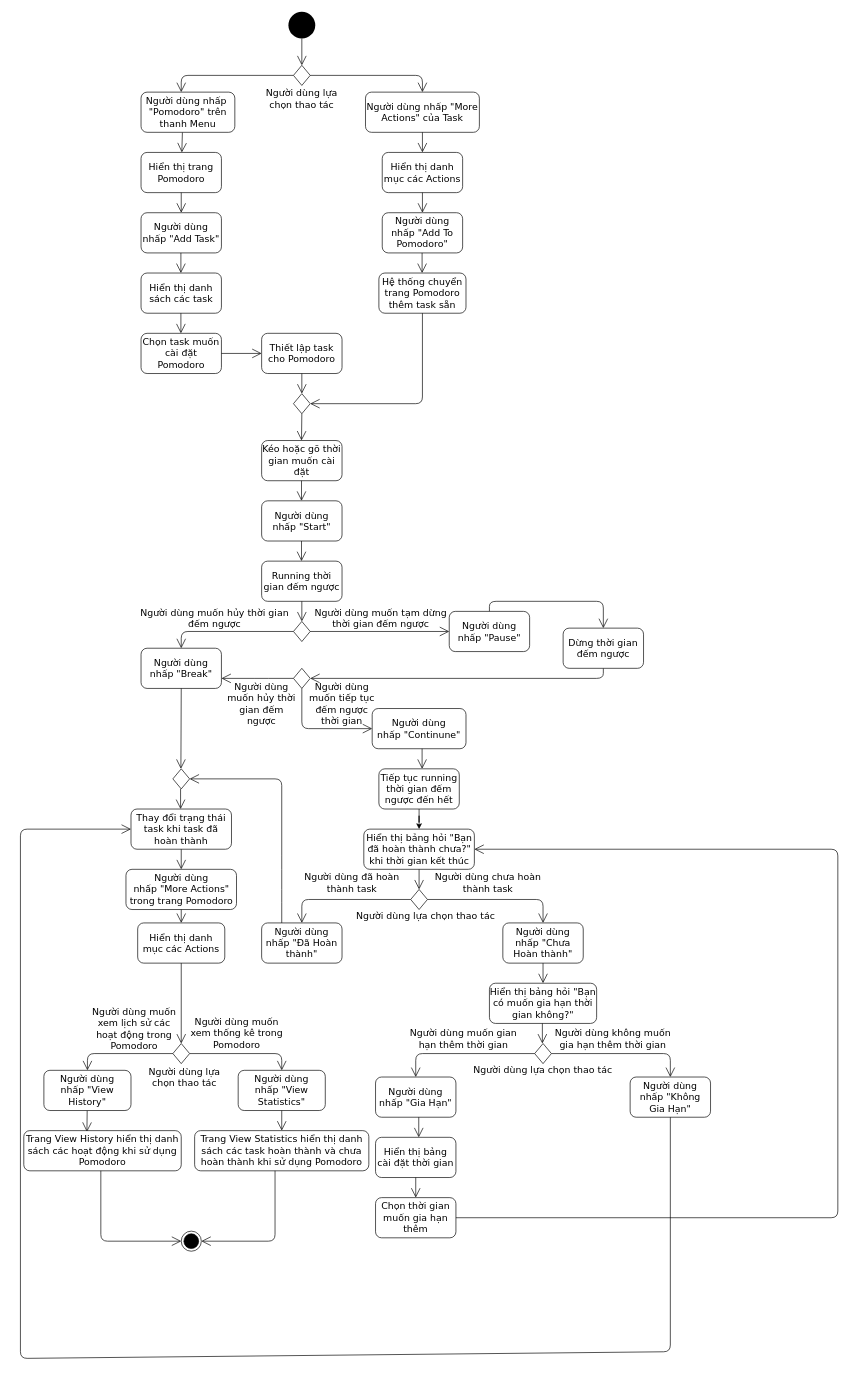
Above: ToDoApp-Doc/Document/Diagram/Activity Diagram/Pomodoro/Pomodoro_ActivityDiagram.drawio in Merevoli-DatLuu/To-Do-App (draw.io), before the change. Source tidied: cells renumbered, new cells numbered last; positions are measured from the earlier drawing's top-left corner, leaving out a move shared by most shapes. Both pictures are drawn from the tidied source at 67%, with x=0, y=0 at pixel (20, 11).
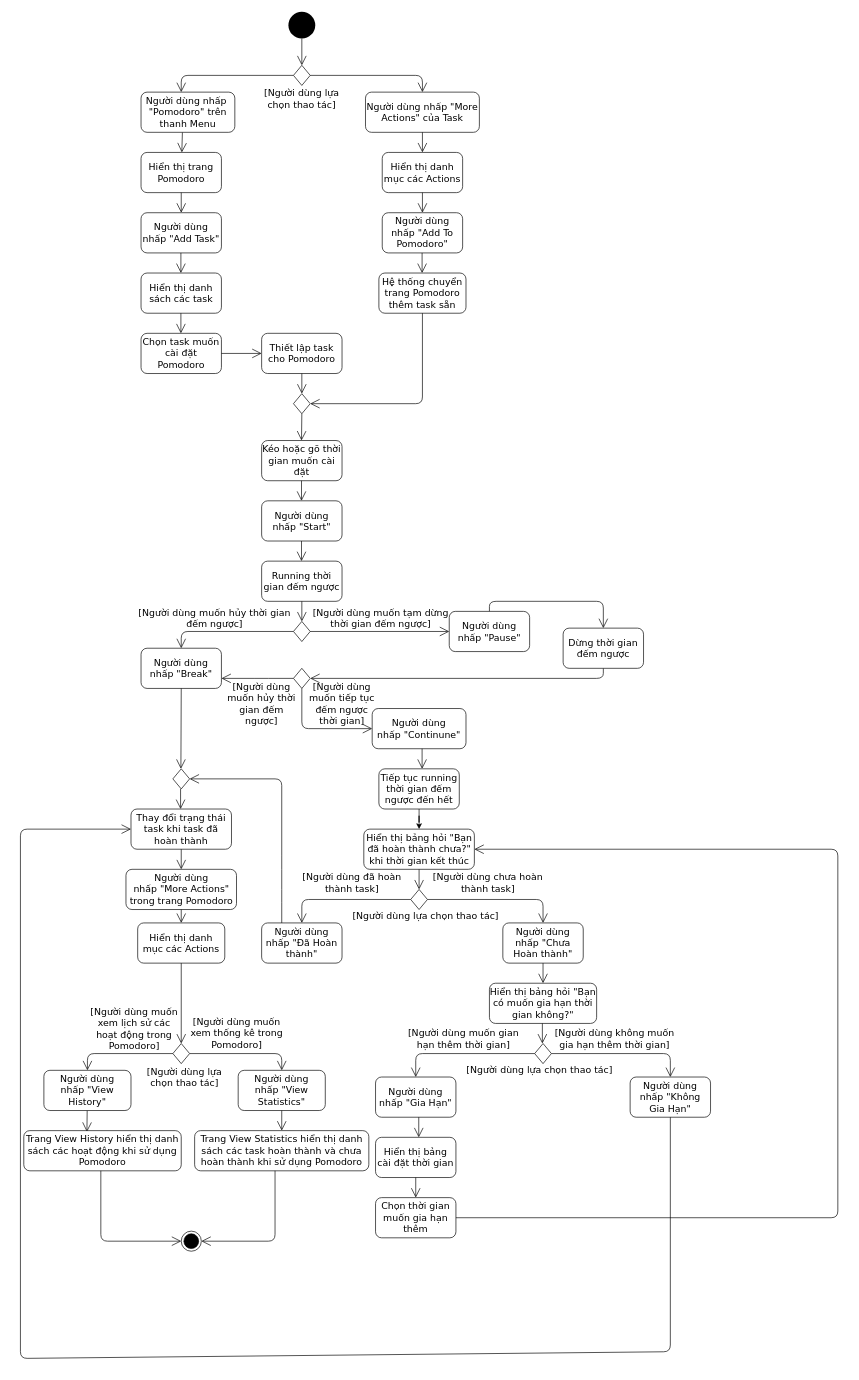
Above is the later version.

The edit, as a diff of the source:
```diff
@@
-    <mxCell id="97" value="Người dùng lựa chọn thao tác" style="text;html=1;strokeColor=none;fillColor=none;align=center;verticalAlign=middle;whiteSpace=wrap;rounded=0;fontFamily=Verdana;fontSize=14;" parent="1" vertex="1">
+    <mxCell id="97" value="[Người dùng lựa chọn thao tác]" style="text;html=1;strokeColor=none;fillColor=none;align=center;verticalAlign=middle;whiteSpace=wrap;rounded=0;fontFamily=Verdana;fontSize=14;" parent="1" vertex="1">
       <mxGeometry x="350" y="120" width="140" height="20" as="geometry" />
     </mxCell>
@@
-    <mxCell id="99" value="Người dùng muốn hủy thời gian đếm ngược" style="text;html=1;strokeColor=none;fillColor=none;align=center;verticalAlign=middle;whiteSpace=wrap;rounded=0;fontFamily=Verdana;fontSize=14;" parent="1" vertex="1">
+    <mxCell id="99" value="[Người dùng muốn hủy thời gian đếm ngược]" style="text;html=1;strokeColor=none;fillColor=none;align=center;verticalAlign=middle;whiteSpace=wrap;rounded=0;fontFamily=Verdana;fontSize=14;" parent="1" vertex="1">
       <mxGeometry x="175" y="890" width="230" height="30" as="geometry" />
     </mxCell>
-    <mxCell id="100" value="Người dùng muốn tạm dừng thời gian đếm ngược" style="text;html=1;strokeColor=none;fillColor=none;align=center;verticalAlign=middle;whiteSpace=wrap;rounded=0;fontFamily=Verdana;fontSize=14;" parent="1" vertex="1">
+    <mxCell id="100" value="[Người dùng muốn tạm dừng thời gian đếm ngược]" style="text;html=1;strokeColor=none;fillColor=none;align=center;verticalAlign=middle;whiteSpace=wrap;rounded=0;fontFamily=Verdana;fontSize=14;" parent="1" vertex="1">
       <mxGeometry x="432.5" y="885" width="210" height="40" as="geometry" />
     </mxCell>
-    <mxCell id="101" value="Người dùng muốn hủy thời gian đếm ngược" style="text;html=1;strokeColor=none;fillColor=none;align=center;verticalAlign=middle;whiteSpace=wrap;rounded=0;fontFamily=Verdana;fontSize=14;" parent="1" vertex="1">
+    <mxCell id="101" value="[Người dùng muốn hủy thời gian đếm ngược]" style="text;html=1;strokeColor=none;fillColor=none;align=center;verticalAlign=middle;whiteSpace=wrap;rounded=0;fontFamily=Verdana;fontSize=14;" parent="1" vertex="1">
       <mxGeometry x="305" y="995" width="110" height="75" as="geometry" />
     </mxCell>
-    <mxCell id="102" value="Người dùng muốn tiếp tục đếm ngược thời gian" style="text;html=1;strokeColor=none;fillColor=none;align=center;verticalAlign=middle;whiteSpace=wrap;rounded=0;fontFamily=Verdana;fontSize=14;" parent="1" vertex="1">
+    <mxCell id="102" value="[Người dùng muốn tiếp tục đếm ngược thời gian]" style="text;html=1;strokeColor=none;fillColor=none;align=center;verticalAlign=middle;whiteSpace=wrap;rounded=0;fontFamily=Verdana;fontSize=14;" parent="1" vertex="1">
       <mxGeometry x="425" y="995" width="110" height="75" as="geometry" />
     </mxCell>
-    <mxCell id="103" value="Người dùng lựa chọn thao tác" style="text;html=1;strokeColor=none;fillColor=none;align=center;verticalAlign=middle;whiteSpace=wrap;rounded=0;fontFamily=Verdana;fontSize=14;" parent="1" vertex="1">
+    <mxCell id="103" value="[Người dùng lựa chọn thao tác]" style="text;html=1;strokeColor=none;fillColor=none;align=center;verticalAlign=middle;whiteSpace=wrap;rounded=0;fontFamily=Verdana;fontSize=14;" parent="1" vertex="1">
       <mxGeometry x="480" y="1340" width="250" height="20" as="geometry" />
     </mxCell>
-    <mxCell id="104" value="Người dùng lựa chọn thao tác" style="text;html=1;strokeColor=none;fillColor=none;align=center;verticalAlign=middle;whiteSpace=wrap;rounded=0;fontFamily=Verdana;fontSize=14;" parent="1" vertex="1">
-      <mxGeometry x="670" y="1570" width="220" height="20" as="geometry" />
+    <mxCell id="104" value="[Người dùng lựa chọn thao tác]" style="text;html=1;strokeColor=none;fillColor=none;align=center;verticalAlign=middle;whiteSpace=wrap;rounded=0;fontFamily=Verdana;fontSize=14;" parent="1" vertex="1">
+      <mxGeometry x="660" y="1570" width="230" height="20" as="geometry" />
     </mxCell>
-    <mxCell id="105" value="Người dùng muốn xem thống kê trong Pomodoro" style="text;html=1;strokeColor=none;fillColor=none;align=center;verticalAlign=middle;whiteSpace=wrap;rounded=0;fontFamily=Verdana;fontSize=14;" parent="1" vertex="1">
+    <mxCell id="105" value="[Người dùng muốn xem thống kê trong Pomodoro]" style="text;html=1;strokeColor=none;fillColor=none;align=center;verticalAlign=middle;whiteSpace=wrap;rounded=0;fontFamily=Verdana;fontSize=14;" parent="1" vertex="1">
       <mxGeometry x="252.5" y="1490" width="140" height="70" as="geometry" />
     </mxCell>
-    <mxCell id="106" value="Người dùng muốn xem lịch sử các hoạt động trong Pomodoro" style="text;html=1;strokeColor=none;fillColor=none;align=center;verticalAlign=middle;whiteSpace=wrap;rounded=0;fontFamily=Verdana;fontSize=14;" parent="1" vertex="1">
+    <mxCell id="106" value="[Người dùng muốn xem lịch sử các hoạt động trong Pomodoro]" style="text;html=1;strokeColor=none;fillColor=none;align=center;verticalAlign=middle;whiteSpace=wrap;rounded=0;fontFamily=Verdana;fontSize=14;" parent="1" vertex="1">
       <mxGeometry x="100" y="1480" width="140" height="75" as="geometry" />
     </mxCell>
-    <mxCell id="107" value="Người dùng muốn gian hạn thêm thời gian" style="text;html=1;strokeColor=none;fillColor=none;align=center;verticalAlign=middle;whiteSpace=wrap;rounded=0;fontFamily=Verdana;fontSize=14;" parent="1" vertex="1">
+    <mxCell id="107" value="[Người dùng muốn gian hạn thêm thời gian]" style="text;html=1;strokeColor=none;fillColor=none;align=center;verticalAlign=middle;whiteSpace=wrap;rounded=0;fontFamily=Verdana;fontSize=14;" parent="1" vertex="1">
       <mxGeometry x="570" y="1495" width="182.5" height="75" as="geometry" />
     </mxCell>
-    <mxCell id="108" value="Người dùng không muốn gia hạn thêm thời gian" style="text;html=1;strokeColor=none;fillColor=none;align=center;verticalAlign=middle;whiteSpace=wrap;rounded=0;fontFamily=Verdana;fontSize=14;" parent="1" vertex="1">
-      <mxGeometry x="792.5" y="1495" width="182.5" height="75" as="geometry" />
+    <mxCell id="108" value="[Người dùng không muốn gia hạn thêm thời gian]" style="text;html=1;strokeColor=none;fillColor=none;align=center;verticalAlign=middle;whiteSpace=wrap;rounded=0;fontFamily=Verdana;fontSize=14;" parent="1" vertex="1">
+      <mxGeometry x="792.5" y="1495" width="187.5" height="75" as="geometry" />
     </mxCell>
-    <mxCell id="109" value="Người dùng chưa hoàn thành task" style="text;html=1;strokeColor=none;fillColor=none;align=center;verticalAlign=middle;whiteSpace=wrap;rounded=0;fontFamily=Verdana;fontSize=14;" parent="1" vertex="1">
+    <mxCell id="109" value="[Người dùng chưa hoàn thành task]" style="text;html=1;strokeColor=none;fillColor=none;align=center;verticalAlign=middle;whiteSpace=wrap;rounded=0;fontFamily=Verdana;fontSize=14;" parent="1" vertex="1">
       <mxGeometry x="602.5" y="1280" width="190" height="40" as="geometry" />
     </mxCell>
-    <mxCell id="110" value="Người dùng đã hoàn thành task" style="text;html=1;strokeColor=none;fillColor=none;align=center;verticalAlign=middle;whiteSpace=wrap;rounded=0;fontFamily=Verdana;fontSize=14;" parent="1" vertex="1">
+    <mxCell id="110" value="[Người dùng đã hoàn thành task]" style="text;html=1;strokeColor=none;fillColor=none;align=center;verticalAlign=middle;whiteSpace=wrap;rounded=0;fontFamily=Verdana;fontSize=14;" parent="1" vertex="1">
       <mxGeometry x="415" y="1280" width="160" height="40" as="geometry" />
     </mxCell>
-    <mxCell id="111" value="Người dùng lựa chọn thao tác" style="text;html=1;strokeColor=none;fillColor=none;align=center;verticalAlign=middle;whiteSpace=wrap;rounded=0;fontFamily=Verdana;fontSize=14;" parent="1" vertex="1">
+    <mxCell id="111" value="[Người dùng lựa chọn thao tác]" style="text;html=1;strokeColor=none;fillColor=none;align=center;verticalAlign=middle;whiteSpace=wrap;rounded=0;fontFamily=Verdana;fontSize=14;" parent="1" vertex="1">
       <mxGeometry x="185" y="1580" width="120" height="20" as="geometry" />
     </mxCell>
```
